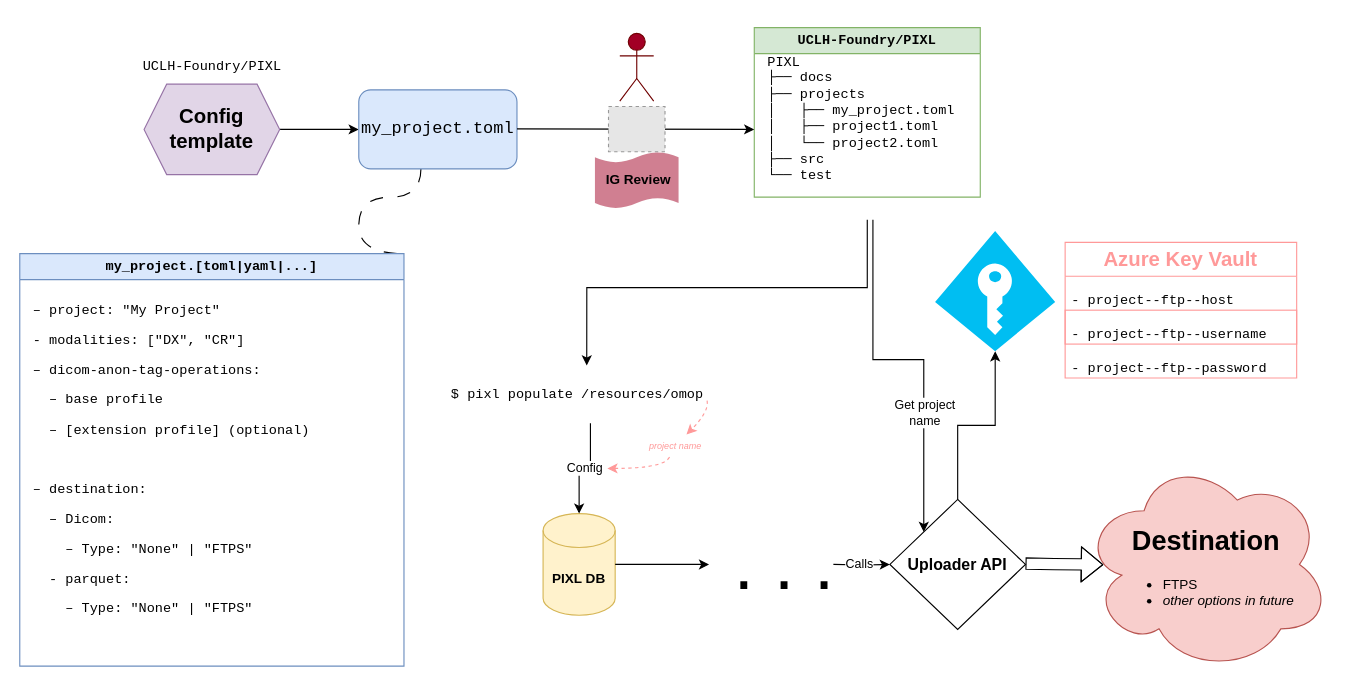
SAFEHR-data/PIXL keeps this draw.io diagram as docs/design/diagrams/pixl-multi-project-config.drawio. Above is the earlier version. Source tidied: cells renumbered, new cells numbered last; positions are measured from the earlier drawing's top-left corner, leaving out a move shared by most shapes. Both pictures are drawn from the tidied source at 113%, with x=0, y=0 at pixel (19, 27). Pictures stored in the file or linked from it are replaced by grey dashed boxes.
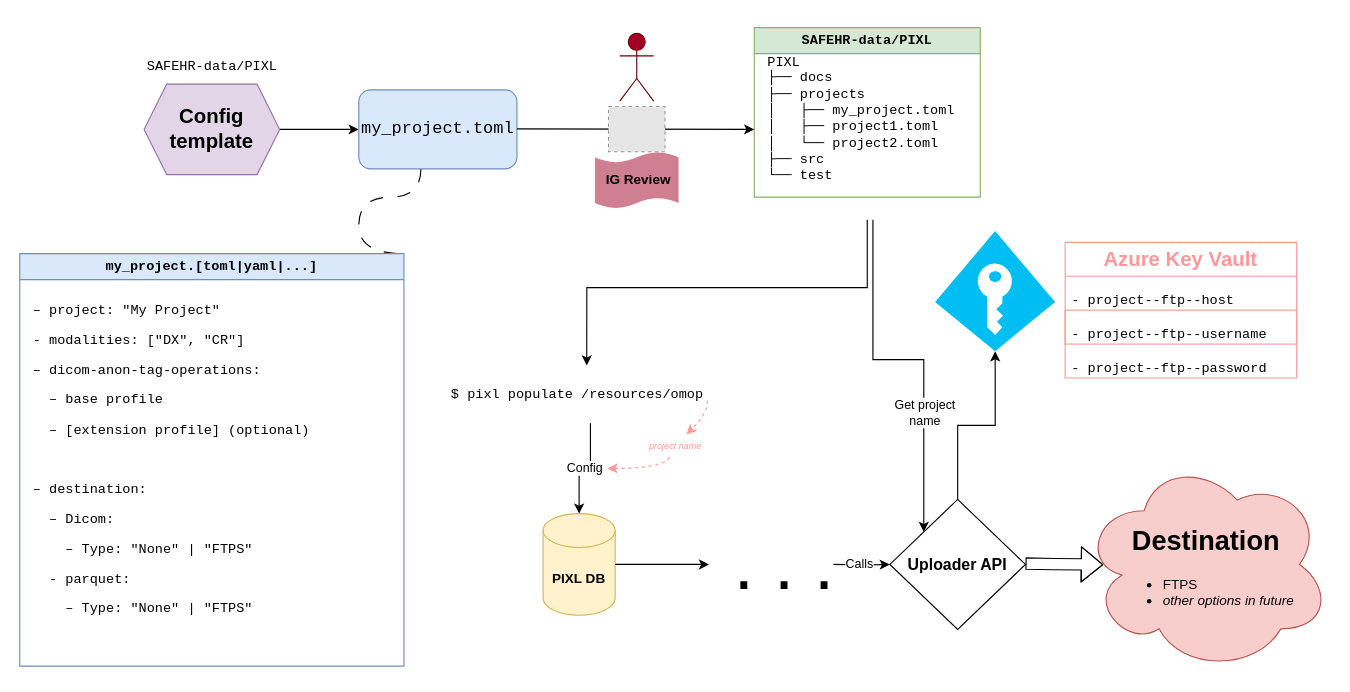
The same diagram, later.

Change to the diagram source:
```diff
@@
-    <mxCell id="4" value="&lt;pre&gt;&lt;span style=&quot;font-style: normal;&quot;&gt;UCLH-Foundry/PIXL&lt;/span&gt;&lt;/pre&gt;" style="text;html=1;align=center;verticalAlign=middle;strokeColor=none;fillColor=none;fontFamily=Courier New;fontStyle=2;" parent="1" vertex="1">
+    <mxCell id="4" value="&lt;pre&gt;&lt;span style=&quot;font-style: normal;&quot;&gt;SAFEHR-data/PIXL&lt;/span&gt;&lt;/pre&gt;" style="text;html=1;align=center;verticalAlign=middle;strokeColor=none;fillColor=none;fontFamily=Courier New;fontStyle=2;" parent="1" vertex="1">
       <mxGeometry x="95" y="10" width="150" height="50" as="geometry" />
     </mxCell>
@@
-    <mxCell id="7" value="&lt;pre&gt;UCLH-Foundry/PIXL&lt;/pre&gt;" style="swimlane;whiteSpace=wrap;html=1;fillColor=#d5e8d4;strokeColor=#82b366;" parent="1" vertex="1">
+    <mxCell id="7" value="&lt;pre&gt;SAFEHR-data/PIXL&lt;/pre&gt;" style="swimlane;whiteSpace=wrap;html=1;fillColor=#d5e8d4;strokeColor=#82b366;" parent="1" vertex="1">
       <mxGeometry x="650" width="200" height="150" as="geometry" />
     </mxCell>
```
